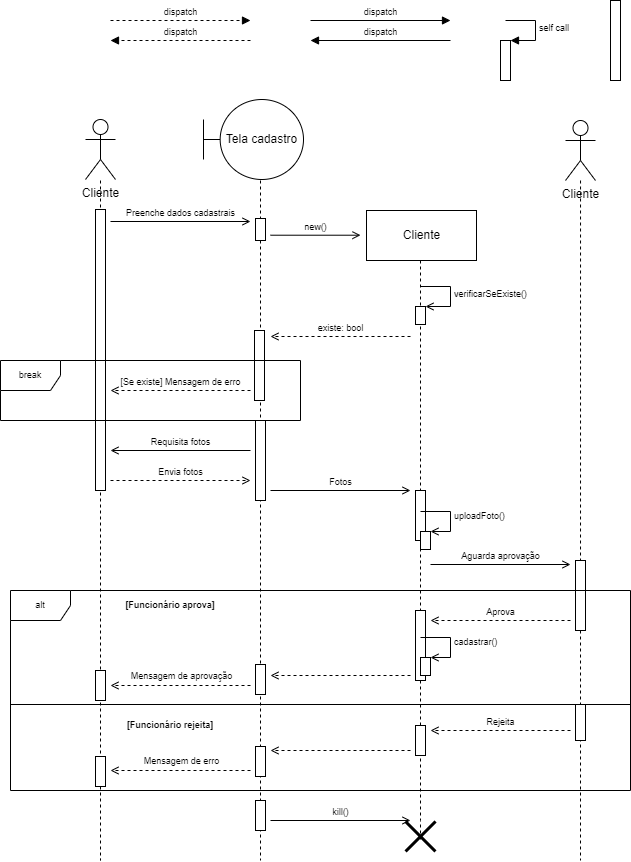
The draw.io diagram MarketDiagramasDeSequencia/MarketSequencia02.drawio.png in EijiDogen/FEI_MDSMarket, before a commit. Source tidied: cells renumbered, new cells last; positions are measured from the earlier drawing's top-left corner, leaving out a move shared by most shapes.
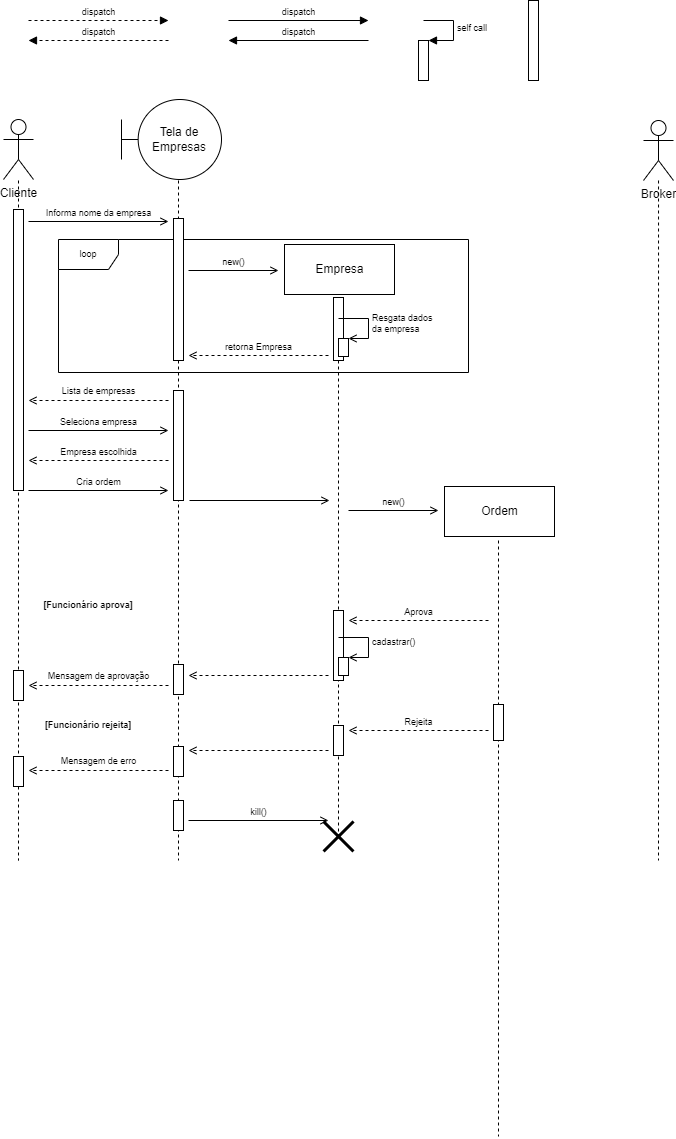
The same file after the commit.

What changed in the source:
```diff
@@ -1,6 +1,16 @@
 <mxGraphModel>
   <root>
     <mxCell id="0" />
+    <mxCell id="27" value="Frames" parent="0" />
+    <mxCell id="28" value="loop" style="shape=umlFrame;whiteSpace=wrap;html=1;fontSize=9;" parent="27" vertex="1">
+      <mxGeometry x="140" y="239" width="410" height="133" as="geometry" />
+    </mxCell>
+    <mxCell id="31" value="[Funcionário rejeita]" style="text;html=1;strokeColor=none;fillColor=none;align=center;verticalAlign=middle;whiteSpace=wrap;rounded=0;fontSize=9;fontStyle=1;" parent="27" vertex="1">
+      <mxGeometry x="120" y="710" width="100" height="30" as="geometry" />
+    </mxCell>
+    <mxCell id="32" value="[Funcionário aprova]" style="text;html=1;strokeColor=none;fillColor=none;align=center;verticalAlign=middle;whiteSpace=wrap;rounded=0;fontSize=9;fontStyle=1;" parent="27" vertex="1">
+      <mxGeometry x="120" y="590" width="100" height="30" as="geometry" />
+    </mxCell>
     <mxCell id="1" value="Lifeline" parent="0" />
     <mxCell id="2" style="edgeStyle=orthogonalEdgeStyle;rounded=0;orthogonalLoop=1;jettySize=auto;html=1;dashed=1;endArrow=none;endFill=0;" parent="1" edge="1">
       <mxGeometry relative="1" as="geometry">
@@ -23,7 +33,7 @@
     </mxCell>
     <mxCell id="4" style="edgeStyle=orthogonalEdgeStyle;rounded=0;orthogonalLoop=1;jettySize=auto;html=1;dashed=1;endArrow=none;endFill=0;" parent="1" edge="1">
       <mxGeometry relative="1" as="geometry">
-        <mxPoint x="420" y="260" as="sourcePoint" />
+        <mxPoint x="420" y="300" as="sourcePoint" />
         <mxPoint x="420" y="840" as="targetPoint" />
         <Array as="points">
           <mxPoint x="420" y="820" />
@@ -32,31 +42,43 @@
     </mxCell>
     <mxCell id="5" style="edgeStyle=orthogonalEdgeStyle;rounded=0;orthogonalLoop=1;jettySize=auto;html=1;dashed=1;endArrow=none;endFill=0;" parent="1" edge="1">
       <mxGeometry relative="1" as="geometry">
-        <mxPoint x="580" y="180" as="sourcePoint" />
-        <mxPoint x="580" y="860" as="targetPoint" />
+        <mxPoint x="740" y="180" as="sourcePoint" />
+        <mxPoint x="740" y="860" as="targetPoint" />
         <Array as="points">
-          <mxPoint x="580" y="820" />
+          <mxPoint x="740" y="820" />
         </Array>
       </mxGeometry>
     </mxCell>
     <mxCell id="6" value="Cliente" style="shape=umlActor;verticalLabelPosition=bottom;verticalAlign=top;html=1;" parent="1" vertex="1">
       <mxGeometry x="85" y="119" width="30" height="60" as="geometry" />
     </mxCell>
-    <mxCell id="7" value="Tela cadastro" style="shape=umlBoundary;whiteSpace=wrap;html=1;" parent="1" vertex="1">
+    <mxCell id="7" value="Tela de Empresas" style="shape=umlBoundary;whiteSpace=wrap;html=1;" parent="1" vertex="1">
       <mxGeometry x="203" y="99" width="100" height="80" as="geometry" />
     </mxCell>
-    <mxCell id="8" value="Cliente" style="html=1;" parent="1" vertex="1">
-      <mxGeometry x="366" y="210" width="110" height="50" as="geometry" />
+    <mxCell id="8" value="Empresa" style="html=1;" parent="1" vertex="1">
+      <mxGeometry x="366" y="244" width="110" height="50" as="geometry" />
     </mxCell>
-    <mxCell id="9" value="Cliente" style="shape=umlActor;verticalLabelPosition=bottom;verticalAlign=top;html=1;" parent="1" vertex="1">
-      <mxGeometry x="565" y="120" width="30" height="60" as="geometry" />
+    <mxCell id="9" value="Broker" style="shape=umlActor;verticalLabelPosition=bottom;verticalAlign=top;html=1;" parent="1" vertex="1">
+      <mxGeometry x="725" y="120" width="30" height="60" as="geometry" />
     </mxCell>
     <mxCell id="10" value="new()" style="html=1;verticalAlign=bottom;endArrow=open;rounded=0;fontSize=9;endFill=0;" parent="1" edge="1">
       <mxGeometry relative="1" as="geometry">
-        <mxPoint x="270" y="234.7" as="sourcePoint" />
-        <mxPoint x="360" y="234.7" as="targetPoint" />
+        <mxPoint x="270" y="270" as="sourcePoint" />
+        <mxPoint x="360" y="270" as="targetPoint" />
       </mxGeometry>
     </mxCell>
+    <mxCell id="63" style="edgeStyle=orthogonalEdgeStyle;rounded=0;orthogonalLoop=1;jettySize=auto;html=1;dashed=1;endArrow=none;endFill=0;" parent="1" edge="1">
+      <mxGeometry relative="1" as="geometry">
+        <mxPoint x="580" y="540" as="sourcePoint" />
+        <mxPoint x="580" y="1136" as="targetPoint" />
+        <Array as="points">
+          <mxPoint x="580" y="1116" />
+        </Array>
+      </mxGeometry>
+    </mxCell>
+    <mxCell id="64" value="Ordem" style="html=1;" parent="1" vertex="1">
+      <mxGeometry x="526" y="486" width="110" height="50" as="geometry" />
+    </mxCell>
     <mxCell id="11" value="Active" parent="0" />
     <mxCell id="12" style="html=1;perimeter=orthogonalPerimeter;fontSize=9;" parent="11" vertex="1">
       <mxGeometry x="610" width="10" height="80" as="geometry" />
@@ -71,20 +93,11 @@
       <mxGeometry x="95" y="756" width="10" height="30" as="geometry" />
     </mxCell>
     <mxCell id="16" style="html=1;perimeter=orthogonalPerimeter;fontSize=9;" parent="11" vertex="1">
-      <mxGeometry x="255" y="218" width="10" height="22" as="geometry" />
+      <mxGeometry x="255" y="218" width="10" height="142" as="geometry" />
     </mxCell>
-    <mxCell id="17" style="html=1;perimeter=orthogonalPerimeter;fontSize=9;" parent="11" vertex="1">
-      <mxGeometry x="254" y="330" width="10" height="70" as="geometry" />
-    </mxCell>
     <mxCell id="18" style="html=1;perimeter=orthogonalPerimeter;fontSize=9;" parent="11" vertex="1">
-      <mxGeometry x="255" y="420" width="10" height="80" as="geometry" />
+      <mxGeometry x="255" y="390" width="10" height="110" as="geometry" />
     </mxCell>
-    <mxCell id="19" style="html=1;perimeter=orthogonalPerimeter;fontSize=9;" parent="11" vertex="1">
-      <mxGeometry x="415" y="490" width="10" height="50" as="geometry" />
-    </mxCell>
-    <mxCell id="20" style="html=1;perimeter=orthogonalPerimeter;fontSize=9;" parent="11" vertex="1">
-      <mxGeometry x="575" y="560" width="10" height="70" as="geometry" />
-    </mxCell>
     <mxCell id="21" style="html=1;perimeter=orthogonalPerimeter;fontSize=9;" parent="11" vertex="1">
       <mxGeometry x="575" y="704" width="10" height="36" as="geometry" />
     </mxCell>
@@ -103,24 +116,8 @@
     <mxCell id="26" style="html=1;perimeter=orthogonalPerimeter;fontSize=9;" parent="11" vertex="1">
       <mxGeometry x="255" y="800" width="10" height="30" as="geometry" />
     </mxCell>
-    <mxCell id="27" value="Frames" parent="0" />
-    <mxCell id="28" value="break" style="shape=umlFrame;whiteSpace=wrap;html=1;fontSize=9;" parent="27" vertex="1">
-      <mxGeometry y="360" width="300" height="60" as="geometry" />
-    </mxCell>
-    <mxCell id="29" value="alt" style="shape=umlFrame;whiteSpace=wrap;html=1;fontSize=9;" parent="27" vertex="1">
-      <mxGeometry x="10" y="590" width="620" height="200" as="geometry" />
-    </mxCell>
-    <mxCell id="30" style="line;strokeWidth=1;fillColor=none;align=left;verticalAlign=middle;spacingTop=-1;spacingLeft=3;spacingRight=3;labelPosition=right;fontSize=9;" parent="27" vertex="1">
-      <mxGeometry x="10" y="700" width="620" height="8" as="geometry" />
-    </mxCell>
-    <mxCell id="31" value="[Funcionário rejeita]" style="text;html=1;strokeColor=none;fillColor=none;align=center;verticalAlign=middle;whiteSpace=wrap;rounded=0;fontSize=9;fontStyle=1;" parent="27" vertex="1">
-      <mxGeometry x="120" y="710" width="100" height="30" as="geometry" />
-    </mxCell>
-    <mxCell id="32" value="[Funcionário aprova]" style="text;html=1;strokeColor=none;fillColor=none;align=center;verticalAlign=middle;whiteSpace=wrap;rounded=0;fontSize=9;fontStyle=1;" parent="27" vertex="1">
-      <mxGeometry x="120" y="590" width="100" height="30" as="geometry" />
-    </mxCell>
     <mxCell id="33" value="Messages" parent="0" />
-    <mxCell id="34" value="Preenche dados cadastrais" style="html=1;verticalAlign=bottom;endArrow=open;rounded=0;fontSize=9;endFill=0;" parent="33" edge="1">
+    <mxCell id="34" value="Informa nome da empresa" style="html=1;verticalAlign=bottom;endArrow=open;rounded=0;fontSize=9;endFill=0;" parent="33" edge="1">
       <mxGeometry relative="1" as="geometry">
         <mxPoint x="110" y="221" as="sourcePoint" />
         <mxPoint x="250" y="221" as="targetPoint" />
@@ -150,17 +147,6 @@
         <mxPoint x="110" y="40" as="targetPoint" />
       </mxGeometry>
     </mxCell>
-    <mxCell id="39" style="html=1;points=[];perimeter=orthogonalPerimeter;fontSize=9;" parent="33" vertex="1">
-      <mxGeometry x="415" y="306" width="10" height="18" as="geometry" />
-    </mxCell>
-    <mxCell id="40" value="verificarSeExiste()" style="edgeStyle=orthogonalEdgeStyle;html=1;align=left;spacingLeft=2;endArrow=open;rounded=0;entryX=1;entryY=0;fontSize=9;endFill=0;" parent="33" edge="1" target="39">
-      <mxGeometry relative="1" as="geometry">
-        <mxPoint x="420" y="286" as="sourcePoint" />
-        <Array as="points">
-          <mxPoint x="450" y="286" />
-        </Array>
-      </mxGeometry>
-    </mxCell>
     <mxCell id="41" style="html=1;points=[];perimeter=orthogonalPerimeter;fontSize=9;" parent="33" vertex="1">
       <mxGeometry x="500" y="40" width="10" height="40" as="geometry" />
     </mxCell>
@@ -172,45 +158,22 @@
         </Array>
       </mxGeometry>
     </mxCell>
-    <mxCell id="43" value="existe: bool" style="html=1;verticalAlign=bottom;endArrow=open;rounded=0;fontSize=9;dashed=1;endFill=0;" parent="33" edge="1">
+    <mxCell id="43" value="retorna Empresa" style="html=1;verticalAlign=bottom;endArrow=open;rounded=0;fontSize=9;dashed=1;endFill=0;" parent="33" edge="1">
       <mxGeometry relative="1" as="geometry">
-        <mxPoint x="410" y="336" as="sourcePoint" />
-        <mxPoint x="270" y="336" as="targetPoint" />
+        <mxPoint x="410" y="355" as="sourcePoint" />
+        <mxPoint x="270" y="355" as="targetPoint" />
       </mxGeometry>
     </mxCell>
-    <mxCell id="44" value="Requisita fotos" style="html=1;verticalAlign=bottom;endArrow=open;rounded=0;fontSize=9;endFill=0;" parent="33" edge="1">
-      <mxGeometry relative="1" as="geometry">
-        <mxPoint x="250" y="450" as="sourcePoint" />
-        <mxPoint x="110" y="450" as="targetPoint" />
-      </mxGeometry>
-    </mxCell>
-    <mxCell id="45" value="Envia fotos" style="html=1;verticalAlign=bottom;endArrow=open;rounded=0;dashed=1;fontSize=9;endFill=0;" parent="33" edge="1">
-      <mxGeometry relative="1" as="geometry">
-        <mxPoint x="110" y="480" as="sourcePoint" />
-        <mxPoint x="250" y="480" as="targetPoint" />
-      </mxGeometry>
-    </mxCell>
-    <mxCell id="46" value="Fotos" style="html=1;verticalAlign=bottom;endArrow=open;rounded=0;fontSize=9;endFill=0;" parent="33" edge="1">
+    <mxCell id="46" value="Cria ordem" style="html=1;verticalAlign=bottom;endArrow=open;rounded=0;fontSize=9;endFill=0;" parent="33" edge="1">
       <mxGeometry relative="1" as="geometry">
-        <mxPoint x="270" y="490" as="sourcePoint" />
-        <mxPoint x="410" y="490" as="targetPoint" />
+        <mxPoint x="110" y="490" as="sourcePoint" />
+        <mxPoint x="250" y="490" as="targetPoint" />
       </mxGeometry>
     </mxCell>
-    <mxCell id="47" style="html=1;points=[];perimeter=orthogonalPerimeter;fontSize=9;" parent="33" vertex="1">
-      <mxGeometry x="420" y="531" width="10" height="18" as="geometry" />
-    </mxCell>
-    <mxCell id="48" value="uploadFoto()" style="edgeStyle=orthogonalEdgeStyle;html=1;align=left;spacingLeft=2;endArrow=open;rounded=0;entryX=1;entryY=0;fontSize=9;endFill=0;" parent="33" edge="1" target="47">
-      <mxGeometry relative="1" as="geometry">
-        <mxPoint x="420" y="511" as="sourcePoint" />
-        <Array as="points">
-          <mxPoint x="450" y="511" />
-        </Array>
-      </mxGeometry>
-    </mxCell>
-    <mxCell id="49" value="Aguarda aprovação" style="html=1;verticalAlign=bottom;endArrow=open;rounded=0;fontSize=9;endFill=0;" parent="33" edge="1">
+    <mxCell id="49" value="new()" style="html=1;verticalAlign=bottom;endArrow=open;rounded=0;fontSize=9;endFill=0;" parent="33" edge="1">
       <mxGeometry relative="1" as="geometry">
-        <mxPoint x="430" y="564" as="sourcePoint" />
-        <mxPoint x="570" y="564" as="targetPoint" />
+        <mxPoint x="430" y="510" as="sourcePoint" />
+        <mxPoint x="520" y="510" as="targetPoint" />
       </mxGeometry>
     </mxCell>
     <mxCell id="50" value="Aprova" style="html=1;verticalAlign=bottom;endArrow=open;rounded=0;dashed=1;fontSize=9;endFill=0;" parent="33" edge="1">
@@ -219,12 +182,6 @@
         <mxPoint x="430" y="620" as="targetPoint" />
       </mxGeometry>
     </mxCell>
-    <mxCell id="51" value="[Se existe] Mensagem de erro" style="html=1;verticalAlign=bottom;endArrow=open;rounded=0;fontSize=9;dashed=1;endFill=0;" parent="33" edge="1">
-      <mxGeometry relative="1" as="geometry">
-        <mxPoint x="250" y="390" as="sourcePoint" />
-        <mxPoint x="110" y="390" as="targetPoint" />
-      </mxGeometry>
-    </mxCell>
     <mxCell id="52" style="html=1;points=[];perimeter=orthogonalPerimeter;fontSize=9;" parent="33" vertex="1">
       <mxGeometry x="420" y="657" width="10" height="18" as="geometry" />
     </mxCell>
@@ -285,5 +242,48 @@
     <mxCell id="62" style="shape=umlDestroy;whiteSpace=wrap;html=1;strokeWidth=3;fontSize=9;" parent="33" vertex="1">
       <mxGeometry x="405" y="821" width="30" height="30" as="geometry" />
     </mxCell>
+    <mxCell id="65" style="html=1;perimeter=orthogonalPerimeter;fontSize=9;" parent="33" vertex="1">
+      <mxGeometry x="415" y="297" width="10" height="63" as="geometry" />
+    </mxCell>
+    <mxCell id="66" style="html=1;points=[];perimeter=orthogonalPerimeter;fontSize=9;" parent="33" vertex="1">
+      <mxGeometry x="420" y="338" width="10" height="18" as="geometry" />
+    </mxCell>
+    <mxCell id="67" value="Resgata dados&lt;br&gt;da empresa" style="edgeStyle=orthogonalEdgeStyle;html=1;align=left;spacingLeft=2;endArrow=open;rounded=0;entryX=1;entryY=0;fontSize=9;endFill=0;" parent="33" edge="1" target="66">
+      <mxGeometry relative="1" as="geometry">
+        <mxPoint x="420" y="318" as="sourcePoint" />
+        <Array as="points">
+          <mxPoint x="450" y="318" />
+        </Array>
+      </mxGeometry>
+    </mxCell>
+    <mxCell id="68" style="html=1;verticalAlign=bottom;endArrow=open;rounded=0;dashed=1;fontSize=9;endFill=0;" parent="33" edge="1">
+      <mxGeometry relative="1" as="geometry">
+        <mxPoint x="250" y="400" as="sourcePoint" />
+        <mxPoint x="110" y="400" as="targetPoint" />
+      </mxGeometry>
+    </mxCell>
+    <mxCell id="69" value="Lista de empresas" style="edgeLabel;html=1;align=center;verticalAlign=middle;fontSize=9;" parent="68" vertex="1">
+      <mxGeometry x="0.16" y="-3" relative="1" as="geometry">
+        <mxPoint x="11" y="-7" as="offset" />
+      </mxGeometry>
+    </mxCell>
+    <mxCell id="70" value="Seleciona empresa" style="html=1;verticalAlign=bottom;endArrow=open;rounded=0;fontSize=9;endFill=0;" parent="33" edge="1">
+      <mxGeometry relative="1" as="geometry">
+        <mxPoint x="110" y="430" as="sourcePoint" />
+        <mxPoint x="250" y="430" as="targetPoint" />
+      </mxGeometry>
+    </mxCell>
+    <mxCell id="71" value="Empresa escolhida" style="html=1;verticalAlign=bottom;endArrow=open;rounded=0;fontSize=9;dashed=1;endFill=0;" parent="33" edge="1">
+      <mxGeometry relative="1" as="geometry">
+        <mxPoint x="250" y="460" as="sourcePoint" />
+        <mxPoint x="110" y="460" as="targetPoint" />
+      </mxGeometry>
+    </mxCell>
+    <mxCell id="72" style="html=1;verticalAlign=bottom;endArrow=open;rounded=0;fontSize=9;endFill=0;" parent="33" edge="1">
+      <mxGeometry relative="1" as="geometry">
+        <mxPoint x="271" y="500" as="sourcePoint" />
+        <mxPoint x="411" y="500" as="targetPoint" />
+      </mxGeometry>
+    </mxCell>
   </root>
 </mxGraphModel>
```
